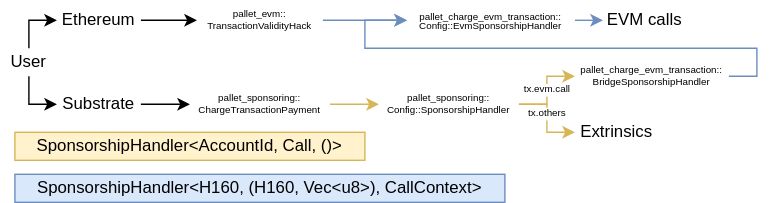
Before: doc/sponsoring-flow.drawio.svg, a diagram exported from draw.io (UniqueNetwork/unique-chain). Source tidied: cells renumbered, new cells last; positions are measured from the earlier drawing's top-left corner, leaving out a move shared by most shapes.
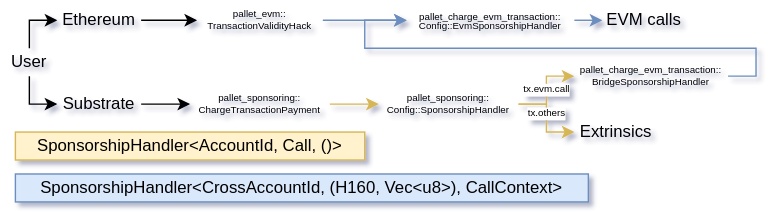
After the change.

Commit message:
doc: fix sponsor type for ethereum

Diff of the diagram source:
```diff
@@ -1,4 +1,4 @@
-<mxGraphModel>
+<mxGraphModel shadow="1">
   <root>
     <mxCell id="0" />
     <mxCell id="1" parent="0" />
@@ -93,8 +93,8 @@
     <mxCell id="23" value="&lt;div style=&quot;font-size: 7px&quot;&gt;pallet_sponsoring::&lt;br&gt;Config::SponsorshipHandler&lt;/div&gt;" style="text;html=1;strokeColor=none;fillColor=none;align=center;verticalAlign=middle;whiteSpace=wrap;rounded=0;fontSize=7;" parent="1" vertex="1">
       <mxGeometry x="270" y="60" width="100" height="20" as="geometry" />
     </mxCell>
-    <mxCell id="24" value="SponsorshipHandler&amp;lt;H160, (H160, Vec&amp;lt;u8&amp;gt;), CallContext&amp;gt;" style="text;html=1;strokeColor=#6c8ebf;fillColor=#dae8fc;align=center;verticalAlign=middle;whiteSpace=wrap;rounded=0;" parent="1" vertex="1">
-      <mxGeometry x="10" y="120" width="350" height="20" as="geometry" />
+    <mxCell id="24" value="SponsorshipHandler&amp;lt;CrossAccountId, (H160, Vec&amp;lt;u8&amp;gt;), CallContext&amp;gt;" style="text;html=1;strokeColor=#6c8ebf;fillColor=#dae8fc;align=center;verticalAlign=middle;whiteSpace=wrap;rounded=0;" parent="1" vertex="1">
+      <mxGeometry x="10" y="120" width="410" height="20" as="geometry" />
     </mxCell>
     <mxCell id="25" value="SponsorshipHandler&amp;lt;AccountId, Call, ()&amp;gt;" style="text;html=1;strokeColor=#d6b656;fillColor=#fff2cc;align=center;verticalAlign=middle;whiteSpace=wrap;rounded=0;" parent="1" vertex="1">
       <mxGeometry x="10" y="90" width="250" height="20" as="geometry" />
```
